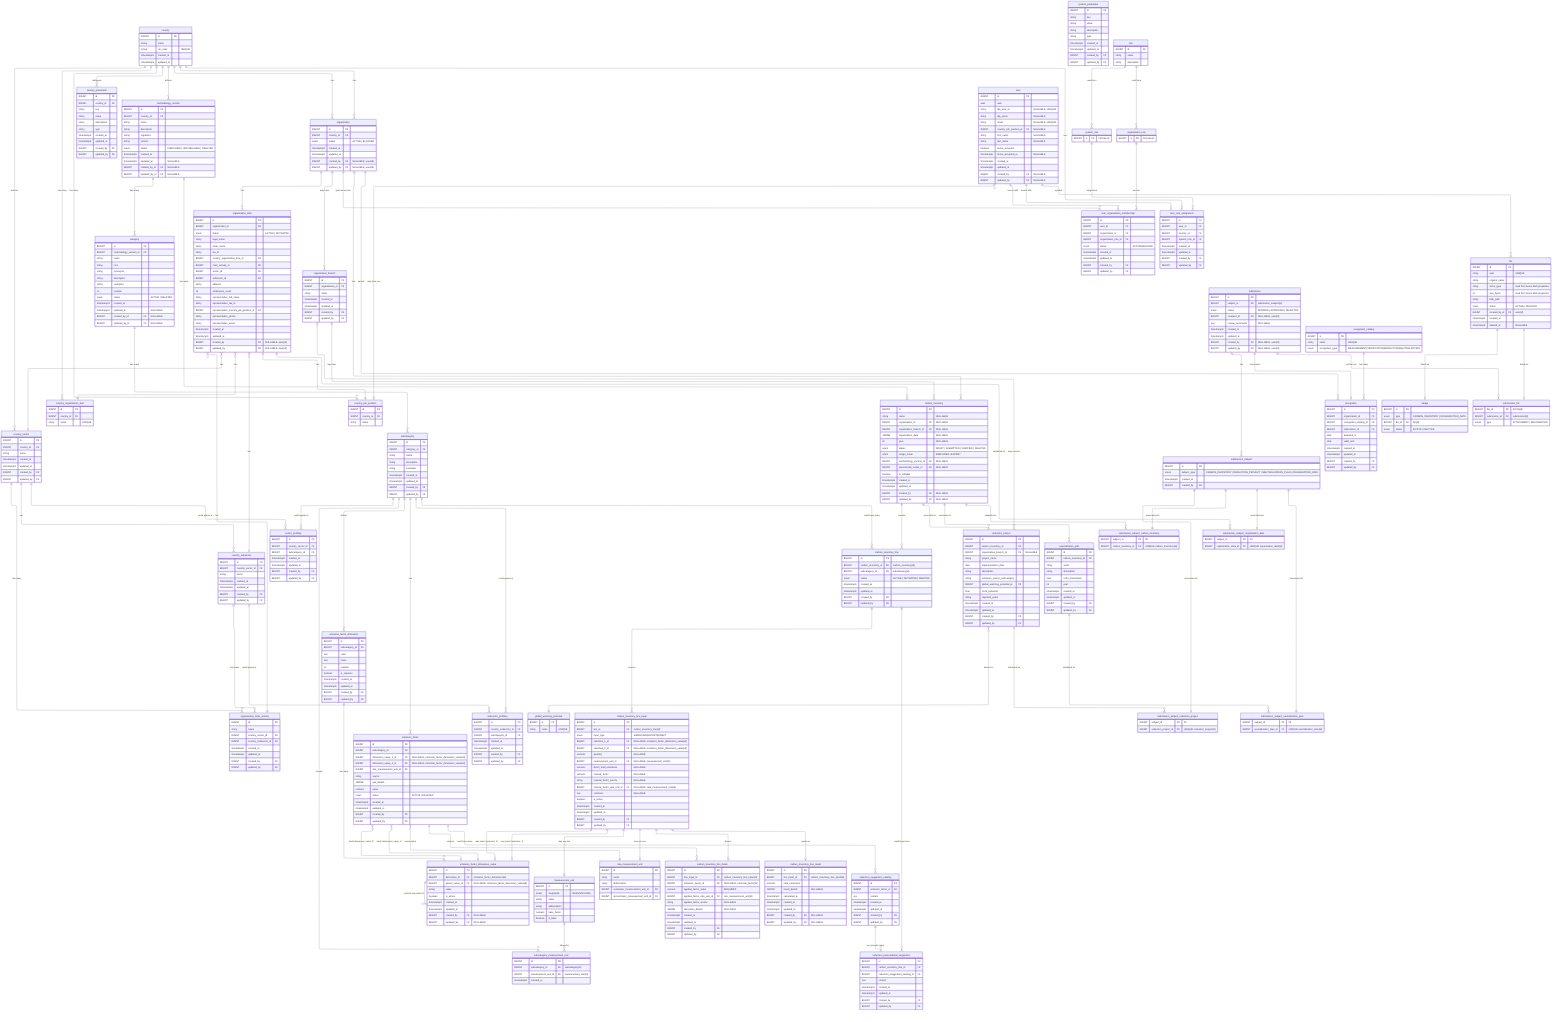
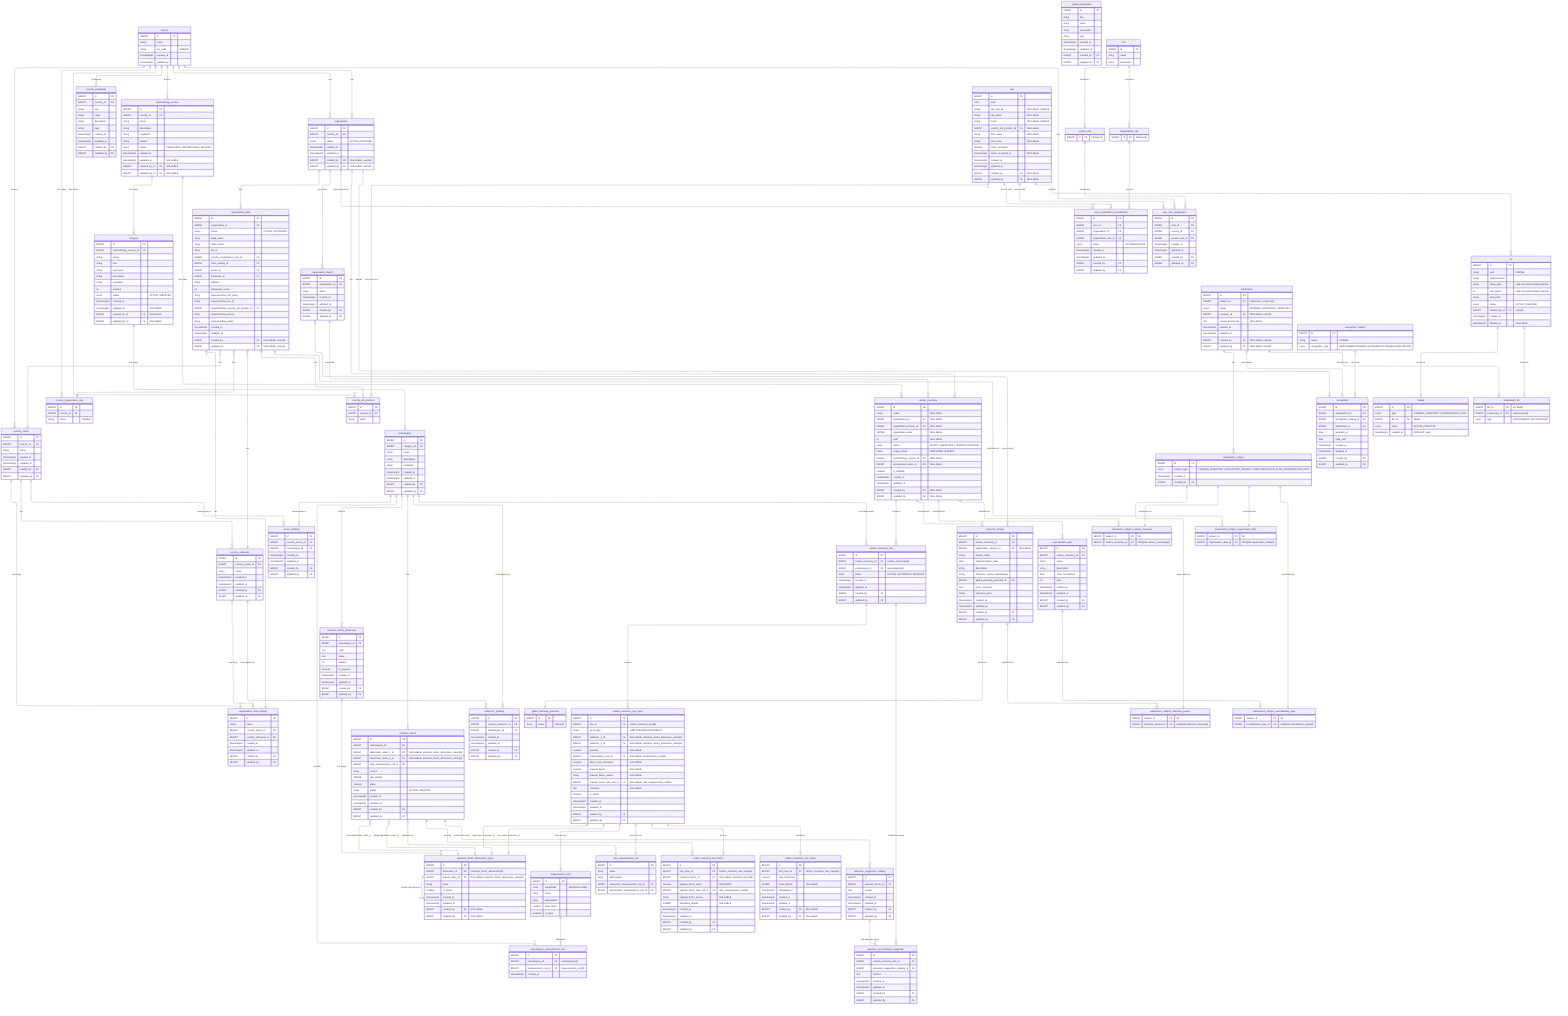
---
config:
  layout: elk
---
erDiagram
	direction TB

	%% ============================================================
	%% Design Principles
	%% ============================================================

	%% 🔷 Core Modeling Principles
	%% 	1.	Each table has a single, well-defined responsibility
	%% Tables are designed to represent one concept only (e.g. configuration, input, result, workflow), avoiding mixed concerns.

	%% 	2.	Relationships reflect real business rules, not just foreign keys
	%% Cardinalities and optionality are chosen to express domain constraints, not merely technical implementation details.

	%% 	3.	Nullability is intentional and meaningful
	%% Nullable fields indicate valid domain states (e.g. optional associations, draft data), not incomplete design.

	%% ⸻

	%% 🔷 Configuration & Reference Data
	%% 	4.	Reference data is normalized and centralized
	%% Shared concepts (statuses, units, potentials) are defined once and reused across the system.

	%% 	5.	Volatile enums are modeled as tables, not database ENUMs
	%% Any value expected to evolve (statuses, workflows) is stored in catalog tables to avoid schema migrations.

	%% 	6.	Stable physical concepts may use ENUMs
	%% Concepts that are scientifically stable (e.g. unit magnitude, usage mode) may use database ENUMs for safety and clarity.

	%% ⸻

	%% 🔷 Methodology & Emission Factors

	%% 	7.	Methodology is versioned and country-scoped
	%% All categories, subcategories, and factors belong to a specific methodology version tied to a country.

	%% 	8.	Emission factors are defined by standardized dimensions, not free text
	%% User selections and factor matching are driven by normalized dimension values to ensure consistency and correctness.

	%% 	9.	Dimension cardinality reflects domain reality, not generic flexibility
	%% Emission factors support up to two dimensions by design, matching current methodology requirements and admin workflows.

	%% 	10.	Administrative workflows are hierarchical and sequential
	%% New entities are created top-down (category → subcategory → dimension → value → factor), enforcing consistency at each level.

	%% ⸻

	%% 🔷 Inventory & Calculation

	%% 	11.	Input, factor selection, and results are modeled as separate concerns
	%% User input, factor derivation, and calculated results are stored in distinct tables for clarity and auditability.

	%% 	12.	Results are always derived from immutable input snapshots
	%% Calculated emissions reference the exact input used, ensuring reproducibility even if inputs change later.

	%% 	13.	Historical data is preserved; updates create new versions
	%% Changes do not overwrite previous data but create new records, maintaining a complete audit trail.

	%% ⸻

	%% 🔷 Workflow & Submissions

	%% 	14.	Workflows are modeled as data, not booleans
	%% Submissions, approvals, and recognitions are represented explicitly rather than inferred from flags.

	%% 	15.	Polymorphism is handled via explicit subject tables
	%% Submissions reference a generic subject entity with concrete subtype tables, avoiding nullable polymorphic foreign keys.

	%% 	16.	Recognitions are awarded based on submissions, not raw entities
	%% This ensures all awards are traceable to a validated review process.

	%% ⸻

	%% 🔷 Audit & Governance

	%% 	17.	Audit fields are applied based on responsibility and mutability
	%% Operational tables are auditable; reference and system-owned tables may omit audit fields by design.

	%% 	18.	System-generated data does not pretend to have an author
	%% Automatically calculated results record timestamps but not created_by or updated_by.

	%% 	19.	Database constraints enforce correctness wherever possible
	%% Uniqueness, consistency, and invariants are enforced at the database level rather than relying solely on application logic.


	%% ⸻

	%% 🔷 Evolution & Maintainability

	%% 	20.	Design favors clarity and correctness over premature generalization
	%% Flexibility is introduced only when driven by real domain requirements, not hypothetical future use cases.

	%% 	21.	Future extensions are possible without breaking existing data
	%% The model anticipates evolution (e.g. new methodologies, new workflows) while keeping current usage simple and explicit.

	%% ⸻

	%% These principles are intentional.
	%% Changes to the model should preserve these invariants unless there is a clear domain-driven reason to evolve them.

	%% ============================================================
	%% 🟦 Country & configuration (7)
	%% ============================================================

	country {
		BIGINT id PK ""
		string name  ""
		string iso_code "UNIQUE"
		timestamptz created_at  ""
		timestamptz updated_at  ""
	}

	country_parameter {
		BIGINT id PK ""
		BIGINT country_id FK ""
		string key  ""
		string value  ""
		string description  ""
		string type  ""
		timestamptz created_at  ""
		timestamptz updated_at  ""
		BIGINT created_by FK ""
		BIGINT updated_by FK ""
	}

	system_parameter {
		BIGINT id PK ""
		string key  ""
		string value  ""
		string description  ""
		string type  ""
		timestamptz created_at  ""
		timestamptz updated_at  ""
		BIGINT created_by FK ""
		BIGINT updated_by FK ""
	}

	country_sector {
		BIGINT id PK ""
		BIGINT country_id FK ""
		string name  ""
		timestamptz created_at  ""
		timestamptz updated_at  ""
		BIGINT created_by FK ""
		BIGINT updated_by FK ""
	}

	country_subsector {
		BIGINT id PK ""
		BIGINT country_sector_id FK ""
		string name  ""
		timestamptz created_at  ""
		timestamptz updated_at  ""
		BIGINT created_by FK ""
		BIGINT updated_by FK ""
	}

	country_organization_size {
		BIGINT id PK ""
		BIGINT country_id FK ""
		string name  "UNIQUE"
	}

	organization_main_activity {
		BIGINT id PK ""
		string name ""
		BIGINT country_sector_id FK ""
		BIGINT country_subsector_id FK ""
		timestamptz created_at ""
		timestamptz updated_at ""
		BIGINT created_by FK ""
		BIGINT updated_by FK ""
	}

	country_job_position {
		BIGINT id PK ""
		BIGINT country_id FK ""
		string name  ""
	}

	%% ============================================================
	%% 🟩 Methodology & factors (10)
	%% ============================================================

	methodology_version {
		BIGINT id PK ""
		BIGINT country_id FK ""
		string name  ""
		string description  ""
		string regulation ""
		string version ""
		enum status "PUBLISHED | UNPUBLISHED | DELETED"
		timestamptz created_at  ""
		timestamptz updated_at  "NULLABLE"
		BIGINT created_by_id FK "NULLABLE"
		BIGINT updated_by_id FK "NULLABLE"
		%% Enforce via trigger at most 1 active per country
	}

	category {
		BIGINT id PK ""
		BIGINT methodology_version_id FK ""
		string name ""
		string icon ""
		%% just for displaying
		string synonyms ""
		%% just for displaying
		string description ""
		%% just for displaying
		string examples ""
		%% Position must be > 0 (enforced by DB CHECK constraint)
		int position ""
		enum status "ACTIVE | DELETED"
		timestamptz created_at  ""
		timestamptz updated_at  "NULLABLE"
		BIGINT created_by_id FK "NULLABLE"
		BIGINT updated_by_id FK "NULLABLE"
		%% UNIQUE(methodology_version_id, name)
		%% UNIQUE(methodology_version_id, position)
	}

	subcategory {
		BIGINT id PK ""
		BIGINT category_id FK ""
		string name  ""
		%% just for displaying
		string description  ""
		%% just for displaying
		string examples ""
		timestamptz created_at  ""
		timestamptz updated_at  ""
		BIGINT created_by FK ""
		BIGINT updated_by FK ""
	}

	emission_factor_dimension {
		BIGINT id PK ""
		BIGINT subcategory_id FK ""
		%% Like: FUEL_GROUP, FUEL_TYPE, GAS_TYPE
		text code ""
		%% Like: Tipo de combustible, Tipo de gas
		text name ""
		%% Like: 1, 2, 3 (order in UI & logic)
		int position ""
		boolean is_required ""
		timestamptz created_at  ""
		timestamptz updated_at  ""
		BIGINT created_by FK ""
		BIGINT updated_by FK ""
		%% UNIQUE(subcategory_id, position),
		%% UNIQUE(subcategory_id, code)
	}

	emission_factor_dimension_value {
		BIGINT id PK ""
		BIGINT dimension_id FK "emission_factor_dimension(id)"
		BIGINT parent_value_id FK "NULLABLE, emission_factor_dimension_value(id)"
		%% Like: Natural gas, Diesel, Kerosene, etc
		string value ""
		boolean is_active ""
		timestamptz created_at  ""
		timestamptz updated_at  ""
		BIGINT created_by FK "NULLABLE"
		BIGINT updated_by FK "NULLABLE"
		%% UNIQUE(dimension_id, value)
	}

	emission_factor {
		BIGINT id PK ""
		BIGINT subcategory_id FK ""
		%% Emission factors currently support up to two dimensions via fixed columns.
		%% A binding table was considered for unbounded dimensions but intentionally not used to keep queries and constraints simple.
		BIGINT dimension_value_1_id FK "NULLABLE, emission_factor_dimension_value(id)"
		BIGINT dimension_value_2_id FK "NULLABLE, emission_factor_dimension_value(id)"
		BIGINT rate_measurement_unit_id FK ""
		string source  ""
		JSONB gas_details ""
		numeric value  ""
		enum status "ACTIVE | DELETED"
		timestamptz created_at  ""
		timestamptz updated_at  ""
		BIGINT created_by FK ""
		BIGINT updated_by FK ""
		%% Enforce UNIQUE (subcategory_id, dimension_value_1_id, dimension_value_2_id) WHERE status = 'ACTIVE'
	}

	sector_profiling {
		BIGINT id PK ""
		BIGINT country_sector_id FK ""
		BIGINT subcategory_id FK ""
		timestamptz created_at  ""
		timestamptz updated_at  ""
		BIGINT created_by FK ""
		BIGINT updated_by FK ""
		%% UNIQUE(country_sector_id, subcategory_id)
	}

	subsector_profiling {
		BIGINT id PK ""
		BIGINT country_subsector_id FK ""
		BIGINT subcategory_id FK ""
		timestamptz created_at  ""
		timestamptz updated_at  ""
		BIGINT created_by FK ""
		BIGINT updated_by FK ""
		%% UNIQUE(country_subsector_id, subcategory_id)
	}

	measurement_unit {
		BIGINT id PK ""
		enum magnitude  "MASS|VOLUME|..."
		string name  ""
		string abbreviation  ""
		numeric base_factor  ""
		boolean is_base  ""
		%% Enforce UNIQUE (magnitude) WHERE is_base = true
	}

	rate_measurement_unit {
		BIGINT id PK ""
		string name  ""
		string abbreviation  ""
		BIGINT numerator_measurement_unit_id FK ""
		BIGINT denominator_measurement_unit_id FK ""
	}

	subcategory_measurement_unit {
		BIGINT id PK ""
		BIGINT subcategory_id FK "subcategory(id)"
		BIGINT measurement_unit_id FK "measurement_unit(id)"
		timestamptz created_at ""
		%% UNIQUE(subcategory_id, measurement_unit_id)
	}

	global_warming_potential {
		BIGINT id PK ""
		string name "UNIQUE"
		%% AR4, AR5, etc...
	}

	%% ============================================================
	%% 🟨 Organizations & users (8)
	%% ============================================================

	organization {
		BIGINT id PK
		BIGINT country_id FK
		enum status "ACTIVE | BLOCKED"
		timestamptz created_at
		timestamptz updated_at
		BIGINT created_by FK "NULLABLE, user(id)"
		BIGINT updated_by FK "NULLABLE, user(id)"
  	}

	organization_data {
		BIGINT id PK
		BIGINT organization_id FK
		enum status "ACTIVE | OUTDATED"

		%% organization data
		string legal_name
		string trade_name
		string tax_id
		BIGINT country_organization_size_id FK
		BIGINT main_activity_id FK
		BIGINT sector_id FK
		BIGINT subsector_id FK
		string address
		int employees_count

		%% representative data
		string representative_full_name
		string representative_tax_id
		BIGINT representative_country_job_position_id FK
		string representative_phone
		string representative_email

		timestamptz created_at
		timestamptz updated_at
		BIGINT created_by FK "NULLABLE, user(id)"
		BIGINT updated_by FK "NULLABLE, user(id)"
	}

	organization_branch {
		BIGINT id PK ""
		BIGINT organization_id FK ""
		string name  ""
		timestamptz created_at  ""
		timestamptz updated_at  ""
		BIGINT created_by FK ""
		BIGINT updated_by FK ""
	}

	user {
		BIGINT id PK ""
		uuid uuid  ""
		string idp_user_id "NULLABLE, UNIQUE"
		string idp_name "NULLABLE"
		string email  "NULLABLE, UNIQUE"
		BIGINT country_job_position_id FK "NULLABLE"
		string first_name "NULLABLE"
		string last_name "NULLABLE"
		boolean terms_accepted ""
		timestamptz terms_accepted_at "NULLABLE"
		timestamptz created_at  ""
		timestamptz updated_at  ""
		BIGINT created_by FK "NULLABLE"
		BIGINT updated_by FK "NULLABLE"
	}

	%% abstract parent table
	role {
		BIGINT id PK ""
		string name ""
		string description ""
	}

	system_role {
		BIGINT id PK "FK(role.id)"
	}

	organization_role {
		BIGINT id PK "FK(role.id)"
	}


	user_organization_membership {
		BIGINT id PK ""
		BIGINT user_id FK ""
		BIGINT organization_id FK ""
		BIGINT organization_role_id FK ""
		enum status "ACTIVE|DELETED"
		timestamptz created_at  ""
		timestamptz updated_at  ""
		BIGINT created_by FK ""
		BIGINT updated_by FK ""
		%% UNIQUE(user_id, organization_id, organization_role_id)
	}

	user_role_assignment {
		BIGINT id PK ""
		BIGINT user_id FK ""
		BIGINT country_id FK ""
		BIGINT system_role_id FK ""
		timestamptz created_at  ""
		timestamptz updated_at  ""
		BIGINT created_by FK ""
		BIGINT updated_by FK ""
		%% UNIQUE(user_id, country_id, system_role_id)
	}

	%% ============================================================
	%% 🟧 Inventory & calculation (9)
	%% ============================================================

	%% organization & organization_branch will be NULL when user does not belong to any org.
	carbon_inventory {
		BIGINT id PK ""
		string name "NULLABLE"
		BIGINT organization_id FK "NULLABLE"
		BIGINT organization_branch_id FK "NULLABLE"
		JSONB organization_data "NULLABLE"
		int year "NULLABLE"
		enum status "DRAFT | SUBMITTED | VERIFIED | DELETED"
		enum usage_mode "SIMPLIFIED | EXPERT"
		BIGINT methodology_version_id FK "NULLABLE"
		BIGINT preselected_nodes_id FK "NULLABLE"
		boolean is_editable ""
		timestamptz created_at  ""
		timestamptz updated_at  ""
		BIGINT created_by FK "NULLABLE"
		BIGINT updated_by FK "NULLABLE"
	}

	%% A "line" represents what is being measured (subcategory) for a given inventory.
	%% We do not store quantities/factors/selections here. It's the anchor.
	carbon_inventory_line {
		BIGINT id PK ""
		BIGINT carbon_inventory_id FK "carbon_inventory(id)"
		BIGINT subcategory_id FK "subcategory(id)"
		enum status "ACTIVE | OUTDATED | DELETED"
		timestamptz created_at  ""
		timestamptz updated_at  ""
		BIGINT created_by FK ""
		BIGINT updated_by FK ""
	}

	carbon_inventory_line_input {
		BIGINT id PK ""
		BIGINT line_id FK "carbon_inventory_line(id)"
		enum input_type "SIMPLIFIED|EXPERT|DIRECT"

		%% the "dimension selections" (more on dimension standardization in section 4)
		BIGINT selection_1_id FK "NULLABLE, emission_factor_dimension_value(id)"
		BIGINT selection_2_id FK "NULLABLE, emission_factor_dimension_value(id)"

		numeric quantity "NULLABLE"
		BIGINT measurement_unit_id FK "NULLABLE, measurement_unit(id)"

		%% For DIRECT mode:
		numeric direct_total_emissions "NULLABLE"

		%% For EXPERT mode:
		numeric manual_factor "NULLABLE"
		string manual_factor_source "NULLABLE"
		BIGINT manual_factor_rate_unit_id FK "NULLABLE, rate_measurement_unit(id)"

		text comment "NULLABLE"
		boolean is_active ""
		timestamptz created_at  ""
		timestamptz updated_at  ""
		BIGINT created_by FK ""
		BIGINT updated_by FK ""
		%% Enforce only one active input per line: UNIQUE(line_id) WHERE is_active = true
	}

	%% This stores "what factor did we use, after conversions, and why" so results are reproducible.
	carbon_inventory_line_factor {
		BIGINT id PK ""
		BIGINT line_input_id FK "carbon_inventory_line_input(id)"

		%% chosen factor: either from catalog (simplified) or null for expert/direct
		BIGINT emission_factor_id FK "NULLABLE, emission_factor(id)"

		%% normalized factor actually used in the computation (post-conversion)
		%% REQUIRED: Must always be present for result reproducibility
		numeric applied_factor_value "REQUIRED"
		BIGINT applied_factor_rate_unit_id FK "rate_measurement_unit(id)"
		string applied_factor_source "NULLABLE"

		%% optionally store a JSON blob explaining conversion steps for auditability
		JSONB derivation_details "NULLABLE"

		timestamptz created_at  ""
		timestamptz updated_at  ""
		BIGINT created_by FK ""
		BIGINT updated_by FK ""
		%% Enforce 1 factor row per input: UNIQUE(line_input_id)
	}

	carbon_inventory_line_result {
		BIGINT id PK ""
		BIGINT line_input_id FK "carbon_inventory_line_input(id)"
		numeric total_emissions ""
		%% optionally store breakdown: per-gas, CO2e, etc.
		JSONB result_details "NULLABLE"
		timestamptz calculated_at ""
		timestamptz created_at  ""
		timestamptz updated_at  ""
		BIGINT created_by FK "NULLABLE"
		BIGINT updated_by FK "NULLABLE"
		%% Ensure 1 result per input: UNIQUE(line_input_id)
	}

	reduction_suggestion_catalog {
		BIGINT id PK ""
		BIGINT emission_factor_id FK ""
		text content  ""
		timestamptz created_at  ""
		timestamptz updated_at  ""
		BIGINT created_by FK ""
		BIGINT updated_by FK ""
	}

	%% We plan to create these suggestion with AI
	reduction_personalized_suggestion {
		BIGINT id PK ""
		BIGINT carbon_inventory_line_id FK ""
		BIGINT reduction_suggestion_catalog_id FK ""
		text content  ""
		timestamptz created_at  ""
		timestamptz updated_at  ""
		BIGINT created_by FK ""
		BIGINT updated_by FK ""
	}

	reduction_project {
		BIGINT id PK ""
		BIGINT carbon_inventory_id FK ""
		BIGINT organization_branch_id FK "NULLABLE"
		string project_name  ""
		date implementation_date  ""
		string description  ""
		string emission_source_subcategory  ""
		BIGINT global_warming_potential_id FK ""
		float co2e_reduction  ""
		string reported_years  ""
		timestamptz created_at  ""
		timestamptz updated_at  ""
		BIGINT created_by FK ""
		BIGINT updated_by FK ""
	}

	neutralization_plan {
		BIGINT id PK ""
		BIGINT carbon_inventory_id FK ""
		string name  ""
		string description  ""
		float co2e_neutralized  ""
		int year  ""
		timestamptz created_at  ""
		timestamptz updated_at  ""
		BIGINT created_by FK ""
		BIGINT updated_by FK ""
	}

	%% ============================================================
	%% 🟥 Submissions & recognition (7)
	%% ============================================================

	%% Read the docs about the submissions model design here: https://www.notion.so/Modelo-E-R-para-Submissions-2d318d2c8901805ab8f9eed2a9d9d702?source=copy_link
	%% The data within this table is immutable once created
	submission_subject {
		BIGINT id PK ""
		enum subject_type "CARBON_INVENTORY | REDUCTION_PROJECT | NEUTRALIZATION_PLAN | ORGANIZATION_DATA"
		timestamptz created_at  ""
		BIGINT created_by FK ""
	}

	%% The data within this table is immutable once created
	submission_subject_carbon_inventory {
		BIGINT subject_id PK "FK"
		BIGINT carbon_inventory_id FK "UNIQUE carbon_inventory(id)"
	}

	%% The data within this table is immutable once created
	submission_subject_reduction_project {
		BIGINT subject_id PK "FK"
		BIGINT reduction_project_id FK "UNIQUE reduction_project(id)"
	}

	%% The data within this table is immutable once created
	submission_subject_neutralization_plan {
		BIGINT subject_id PK "FK"
		BIGINT neutralization_plan_id FK "UNIQUE neutralization_plan(id)"
	}

	%% The data within this table is immutable once created
	submission_subject_organization_data {
		BIGINT subject_id PK "FK"
		BIGINT organization_data_id FK "UNIQUE organization_data(id)"
	}

	submission {
		BIGINT id PK ""
		BIGINT subject_id FK "submission_subject(id)"
		enum status "PENDING | APPROVED | REJECTED"
		BIGINT reviewer_id FK "NULLABLE, user(id)"
		text review_comments "NULLABLE"
		timestamptz created_at  ""
		timestamptz updated_at  ""
		BIGINT created_by FK "NULLABLE, user(id)"
		BIGINT updated_by FK "NULLABLE, user(id)"
		%% UNIQUE INDEX on subject_id WHERE status IN ('PENDING', 'APPROVED')
	}

	recognition_catalog {
		BIGINT id PK ""
		string name "UNIQUE"
		enum recognition_type  "MEASUREMENT|VERIFICATION|REDUCTION|NEUTRALIZATION"
	}

	recognition {
		BIGINT id PK ""
		BIGINT organization_id FK ""
		BIGINT recognition_catalog_id FK ""
		BIGINT submission_id FK ""
		date awarded_at  ""
		date valid_until  ""
		timestamptz created_at  ""
		timestamptz updated_at  ""
		BIGINT created_by FK ""
		BIGINT updated_by FK ""
	}

	%% ============================================================
	%% 🟪 Files & attachments (3)
	%% ============================================================

	%% Generic file metadata table. Ownership is resolved via link tables
	%% (badge, submission_file) following the same polymorphic pattern used by submission_subject.
	%% mime_type and size_bytes are read from Azure blob properties at confirm-upload time,
	%% not provided by the client.
	file {
		BIGINT id PK ""
		string uuid "UNIQUE"
		string original_name ""
		string mime_type "read from Azure blob properties"
		int size_bytes "read from Azure blob properties"
		string blob_path ""
		enum status "ACTIVE | DELETED"
		BIGINT created_by_id FK "user(id)"
		timestamptz created_at ""
		timestamptz deleted_at "NULLABLE"
	}

	%% Link table: file ↔ badge type
	%% Only one badge per type may have status ACTIVE at a time.
	%% Uploading a new badge automatically sets the previous one to INACTIVE.
	badge {
		BIGINT id PK ""
		enum type "CARBON_INVENTORY | ORGANIZATION_DATA"
		BIGINT file_id FK "file(id)"
		enum status "ACTIVE | INACTIVE"
+ 		timestamptz created_at "DEFAULT now()"
	}

	%% Link table: file ↔ submission
	%% type distinguishes between document attachments and recognition certificates.
	submission_file {
		BIGINT file_id PK "FK file(id)"
		BIGINT submission_id FK "submission(id)"
		enum type "ATTACHMENT | RECOGNITION"
	}

	%% ============================================================
	%% Others
	%% ============================================================


%% ============================================================
%% Relationships
%% ============================================================

country
	country ||--o{ country_parameter : "configures"
	country ||--o{ country_sector : "defines"
	country ||--o{ methodology_version : "defines"
	country ||--o{ organization : "has"
	country ||--o{ user_role_assignment : "has"
	country ||--o{ country_organization_size: "has many"
	country ||--o{ country_job_position : "has many"
	country ||--o{ organization : "has"

country_sector
	country_sector ||--o{ country_subsector : "has"
	country_sector ||--o{ sector_profiling : "could appear at"
	country_sector ||--o{ organization_main_activity : "has many"

country_subsector
	country_subsector ||--o{ subsector_profiling : "could appear at"
	country_subsector ||--o{ organization_main_activity : "has many"

organization
	organization ||--o{ carbon_inventory : "has"
	organization ||--o{ organization_branch : "may have"
	organization ||--o{ recognition : "awards"
	organization ||--o{ user_organization_membership : "grant access via"
	organization ||--o{ organization_data : "has"

organization_data
	organization_data }o--|| country_organization_size : "has"
	organization_data }o--|| country_sector : "has"
	organization_data }o--|| country_subsector : "has"
	organization_data ||--|| country_job_position : "has"
	organization_data ||--o{ submission_subject_organization_data : "submitted via"
	organization_data }o--|| organization_main_activity : "has"


organization_branch
	organization_branch |o--o{ reduction_project : "may execute"
	organization_branch ||--o{ carbon_inventory : "may have"

recognition_catalog
	recognition_catalog ||--o{ recognition  : "has many"

role
	role ||--o{ system_role : "could be a"
	role ||--o{ organization_role : "could be a"
	organization_role ||--o{ user_organization_membership : "used at"
	system_role ||--o{ user_role_assignment : "assigned at"

user
	user ||--o{ user_organization_membership : "access with"
	user }o--o| country_job_position : "may have one"
	user ||--o| user_role_assignment : "access with"
	user ||--o{ file : "uploads"

methodology_version
	methodology_version ||--o{ carbon_inventory : "has many"
	methodology_version ||--o{ category : "has many"

category
	category ||--o{ subcategory : "has many"

subcategory
	subcategory ||--o{ emission_factor_dimension: "defines"
	%% A subcategory may exist with zero emission factors:
	subcategory ||--o{ emission_factor: "has"
	subcategory ||--o{ sector_profiling: "could appear at"
	subcategory ||--o{ subsector_profiling: "could appear at"
	subcategory ||--o{ carbon_inventory_line: "could have many"
	subcategory ||--o{ subcategory_measurement_unit: "accepts"

measurement_unit
	measurement_unit ||--o{ subcategory_measurement_unit: "allowed in"

emission_factor_dimension
	emission_factor_dimension ||--o{ emission_factor_dimension_value : "has many"

emission_factor_dimension_value
	emission_factor_dimension_value ||--o{ emission_factor_dimension_value : "could be the parent of"

emission_factor
	emission_factor ||--o{ reduction_suggestion_catalog : "could have many"
	emission_factor ||--o{ carbon_inventory_line_factor : "used by"
	emission_factor }o--|| rate_measurement_unit : "expressed in"
	%% At most 2 values, depending on subcategory configuration:
	emission_factor }o--|| emission_factor_dimension_value : "binds (dimension_value_1)"
	emission_factor }o--|| emission_factor_dimension_value : "binds (dimension_value_2)"

carbon_inventory
	carbon_inventory ||--o{ carbon_inventory_line: "contains"
	carbon_inventory ||--o{ submission_subject_carbon_inventory: "submitted as"
	carbon_inventory ||--o{ neutralization_plan: "associated to"
	carbon_inventory ||--o{ reduction_project: "associated to"

carbon_inventory_line
	carbon_inventory_line ||--o{ reduction_personalized_suggestion: "could have many"
	carbon_inventory_line ||--o{ carbon_inventory_line_input: "receives"

carbon_inventory_line_input
	carbon_inventory_line_input ||--o| emission_factor_dimension_value: "may select (selection_1)"
	carbon_inventory_line_input ||--o| emission_factor_dimension_value: "may select (selection_2)"
	carbon_inventory_line_input ||--o| measurement_unit: "may use one"
	carbon_inventory_line_input ||--o| rate_measurement_unit: "may use one"
	carbon_inventory_line_input ||--o| carbon_inventory_line_factor: "derives"
	carbon_inventory_line_input ||--o| carbon_inventory_line_result: "produces"

submission_subject
	submission_subject ||--|| submission_subject_carbon_inventory : "associated via"
	submission_subject ||--|| submission_subject_reduction_project : "associated via"
	submission_subject ||--|| submission_subject_neutralization_plan : "associated via"
	submission_subject ||--|| submission_subject_organization_data : "associated via"

submission
	submission ||--o| recognition: "may award"
	submission ||--o{ submission_subject: "has"
	submission ||--o{ submission_file: "has files via"

neutralization_plan
	neutralization_plan ||--o{ submission_subject_neutralization_plan : "submitted via"

reduction_project
	reduction_project ||--o{ submission_subject_reduction_project : "submitted via"
	reduction_project }o--|| global_warming_potential : "declares a"

reduction_suggestion_catalog
	reduction_suggestion_catalog ||--o{ reduction_personalized_suggestion : "can generate many"

file
	file ||--o| badge : "linked via"
	file ||--o| submission_file : "linked via"